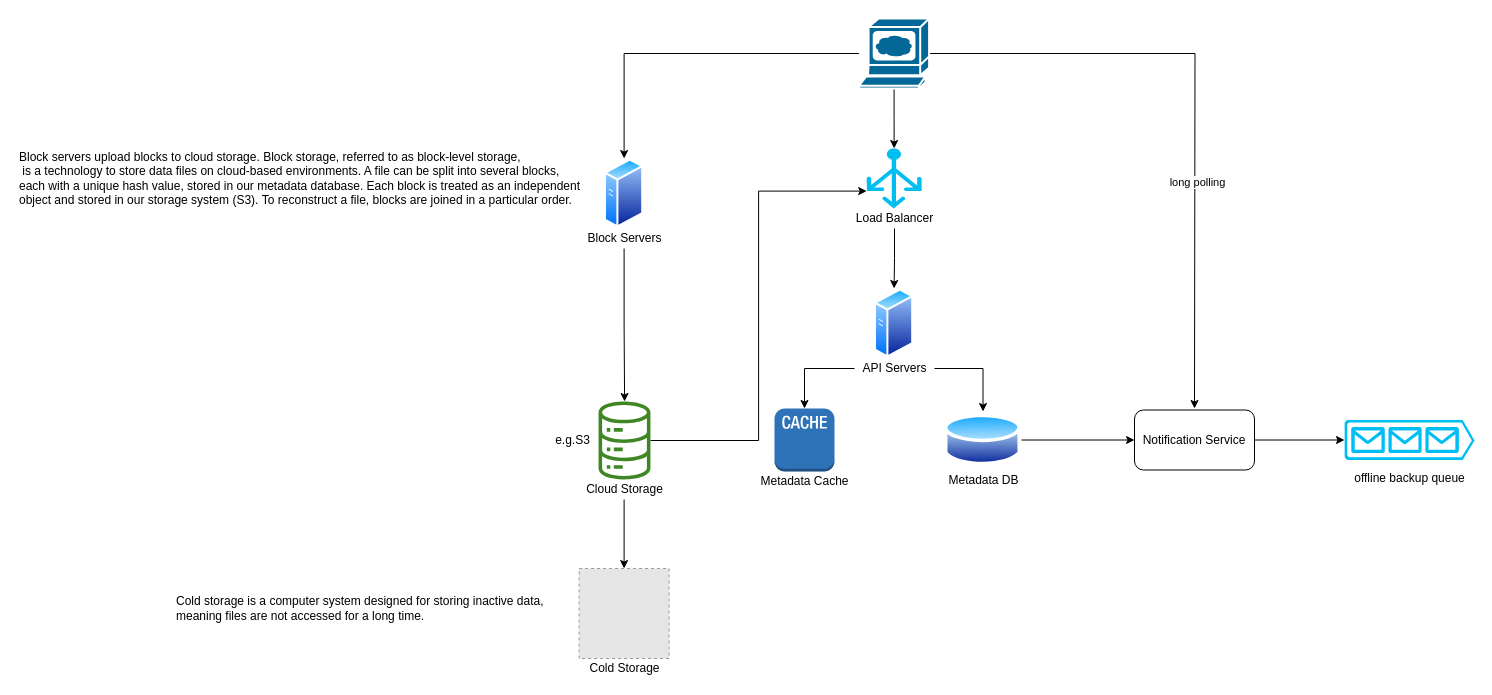
The draw.io diagram Design Google Drive.drawio in qiusli/system-design, before the edit. Source tidied: cells renumbered, new cells numbered last; positions are measured from the earlier drawing's top-left corner, leaving out a move shared by most shapes. Both pictures are drawn from the tidied source at 100%, with x=0, y=0 at pixel (17, 18). Pictures stored in the file or linked from it are replaced by grey dashed boxes.
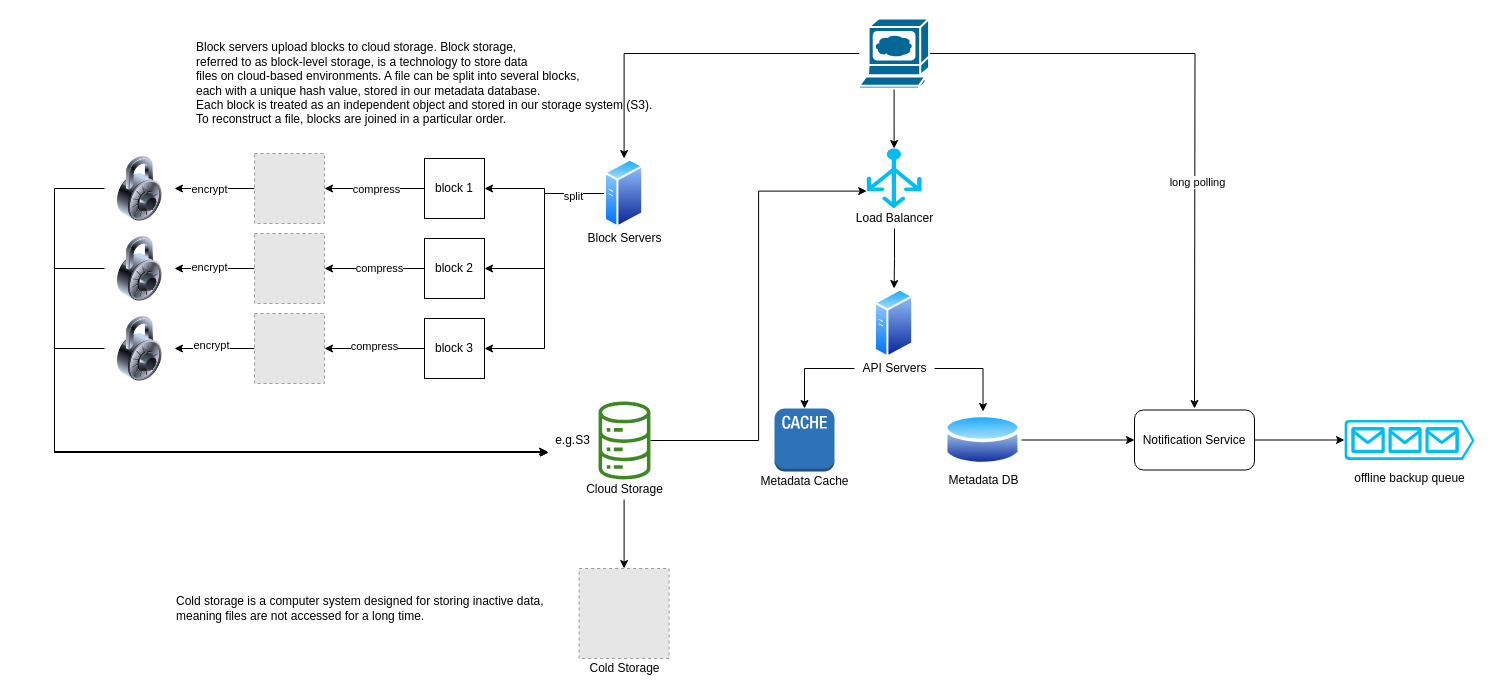
Above is the later version.

Unchanged cells that the change refers to:
```xml
<mxCell id="7" style="perimeter=ellipsePerimeter;html=1;align=center;shadow=0;dashed=0;spacingTop=3;image;image=img/lib/active_directory/generic_server.svg;" parent="1" vertex="1">
  <mxGeometry x="587" y="140" width="39.2" height="70" as="geometry" />
</mxCell>
<mxCell id="14" style="sketch=0;outlineConnect=0;fontColor=#232F3E;gradientColor=none;fillColor=#3F8624;strokeColor=none;dashed=0;verticalLabelPosition=bottom;verticalAlign=top;align=center;html=1;fontSize=12;fontStyle=0;shape=mxgraph.aws4.iot_analytics_data_store;" parent="1" vertex="1">
  <mxGeometry x="580" y="383" width="54" height="78" as="geometry" />
</mxCell>
<mxCell id="28" value="Block Servers" style="text;html=1;align=center;verticalAlign=middle;points=[];strokeColor=none;fillColor=none;" parent="1" vertex="1">
  <mxGeometry x="561.6" y="210" width="90" height="20" as="geometry" />
</mxCell>
<mxCell id="33" value="e.g.S3" style="text;html=1;align=center;verticalAlign=middle;points=[];strokeColor=none;fillColor=none;" parent="1" vertex="1">
  <mxGeometry x="530" y="411.5" width="50" height="20" as="geometry" />
</mxCell>
```

Change to the diagram source:
```diff
@@
+    <mxCell id="35" style="edgeStyle=orthogonalEdgeStyle;rounded=0;jettySize=auto;html=1;entryX=1;entryY=0.5;entryDx=0;entryDy=0;" parent="1" edge="1" source="7" target="41">
+      <mxGeometry relative="1" as="geometry" />
+    </mxCell>
+    <mxCell id="36" style="edgeStyle=orthogonalEdgeStyle;rounded=0;jettySize=auto;html=1;entryX=1;entryY=0.5;entryDx=0;entryDy=0;" parent="1" edge="1" source="7" target="47">
+      <mxGeometry relative="1" as="geometry" />
+    </mxCell>
+    <mxCell id="37" style="edgeStyle=orthogonalEdgeStyle;rounded=0;jettySize=auto;html=1;entryX=1;entryY=0.5;entryDx=0;entryDy=0;" parent="1" edge="1" source="7" target="44">
+      <mxGeometry relative="1" as="geometry" />
+    </mxCell>
+    <mxCell id="38" value="split" style="edgeLabel;html=1;align=center;verticalAlign=middle;" parent="37" vertex="1">
+      <mxGeometry x="-0.77" y="2" relative="1" as="geometry" />
+    </mxCell>
@@
-    <mxCell id="27" style="edgeStyle=orthogonalEdgeStyle;rounded=0;jettySize=auto;html=1;" parent="1" edge="1" source="28" target="14">
-      <mxGeometry relative="1" as="geometry" />
-    </mxCell>
@@
-    <mxCell id="32" value="Block servers upload blocks to cloud storage. Block storage, referred to as block-level storage,&lt;br&gt;&amp;nbsp;is a technology to store data files on cloud-based environments. A file can be split into several blocks, &lt;br&gt;each with a unique hash value, stored in our metadata database. Each block is treated as an independent &lt;br&gt;object and stored in our storage system (S3).&amp;nbsp;&lt;span&gt;To reconstruct a file, blocks are joined in a particular order.&lt;/span&gt;" style="text;html=1;align=left;verticalAlign=middle;strokeColor=none;fillColor=none;" parent="1" vertex="1">
-      <mxGeometry y="130" width="580" height="60" as="geometry" />
+    <mxCell id="32" value="Block servers upload blocks to cloud storage. Block storage, &lt;br&gt;referred to as block-level storage, is a technology to store data &lt;br&gt;files on cloud-based environments. A file can be split into several blocks, &lt;br&gt;each with a unique hash value, stored in our metadata database. &lt;br&gt;Each block is treated as an independent object and stored in our storage system (S3).&amp;nbsp;&lt;br&gt;&lt;span&gt;To reconstruct a file, blocks are joined in a particular order.&lt;/span&gt;" style="text;html=1;align=left;verticalAlign=middle;strokeColor=none;fillColor=none;" parent="1" vertex="1">
+      <mxGeometry x="177" y="20" width="480" height="90" as="geometry" />
     </mxCell>
@@
+    <mxCell id="39" style="edgeStyle=orthogonalEdgeStyle;rounded=0;jettySize=auto;html=1;" parent="1" edge="1" source="41" target="50">
+      <mxGeometry relative="1" as="geometry" />
+    </mxCell>
+    <mxCell id="40" value="compress" style="edgeLabel;html=1;align=center;verticalAlign=middle;" parent="39" vertex="1">
+      <mxGeometry x="-0.02" relative="1" as="geometry" />
+    </mxCell>
+    <mxCell id="41" value="block 1" style="rounded=0;whiteSpace=wrap;html=1;" parent="1" vertex="1">
+      <mxGeometry x="407" y="140" width="60" height="60" as="geometry" />
+    </mxCell>
+    <mxCell id="42" style="edgeStyle=orthogonalEdgeStyle;rounded=0;jettySize=auto;html=1;entryX=1;entryY=0.5;entryDx=0;entryDy=0;" parent="1" edge="1" source="44" target="53">
+      <mxGeometry relative="1" as="geometry" />
+    </mxCell>
+    <mxCell id="43" value="compress" style="edgeLabel;html=1;align=center;verticalAlign=middle;" parent="42" vertex="1">
+      <mxGeometry x="0.02" y="-3" relative="1" as="geometry" />
+    </mxCell>
+    <mxCell id="44" value="block 3" style="rounded=0;whiteSpace=wrap;html=1;" parent="1" vertex="1">
+      <mxGeometry x="407" y="300" width="60" height="60" as="geometry" />
+    </mxCell>
+    <mxCell id="45" style="edgeStyle=orthogonalEdgeStyle;rounded=0;jettySize=auto;html=1;entryX=1;entryY=0.5;entryDx=0;entryDy=0;" parent="1" edge="1" source="47" target="56">
+      <mxGeometry relative="1" as="geometry" />
+    </mxCell>
+    <mxCell id="46" value="compress" style="edgeLabel;html=1;align=center;verticalAlign=middle;" parent="45" vertex="1">
+      <mxGeometry x="-0.08" y="-1" relative="1" as="geometry" />
+    </mxCell>
+    <mxCell id="47" value="block 2" style="rounded=0;whiteSpace=wrap;html=1;" parent="1" vertex="1">
+      <mxGeometry x="407" y="220" width="60" height="60" as="geometry" />
+    </mxCell>
+    <mxCell id="48" style="edgeStyle=orthogonalEdgeStyle;rounded=0;jettySize=auto;html=1;entryX=1;entryY=0.5;entryDx=0;entryDy=0;" parent="1" edge="1" source="50" target="58">
+      <mxGeometry relative="1" as="geometry" />
+    </mxCell>
+    <mxCell id="49" value="encrypt" style="edgeLabel;html=1;align=center;verticalAlign=middle;" parent="48" vertex="1">
+      <mxGeometry x="0.15" relative="1" as="geometry" />
+    </mxCell>
+    <mxCell id="50" style="fillColor=#E6E6E6;strokeColor=#999999;dashed=1;html=1;verticalAlign=top;verticalLabelPosition=bottom;labelBackgroundColor=#ffffff;" parent="1" vertex="1">
+      <mxGeometry x="237" y="135" width="70" height="70" as="geometry" />
+    </mxCell>
+    <mxCell id="51" style="edgeStyle=orthogonalEdgeStyle;rounded=0;jettySize=auto;html=1;entryX=1;entryY=0.5;entryDx=0;entryDy=0;" parent="1" edge="1" source="53" target="62">
+      <mxGeometry relative="1" as="geometry" />
+    </mxCell>
+    <mxCell id="52" value="encrypt" style="edgeLabel;html=1;align=center;verticalAlign=middle;" parent="51" vertex="1">
+      <mxGeometry x="0.1" y="-4" relative="1" as="geometry" />
+    </mxCell>
+    <mxCell id="53" style="fillColor=#E6E6E6;strokeColor=#999999;dashed=1;html=1;verticalAlign=top;verticalLabelPosition=bottom;labelBackgroundColor=#ffffff;" parent="1" vertex="1">
+      <mxGeometry x="237" y="295" width="70" height="70" as="geometry" />
+    </mxCell>
+    <mxCell id="54" style="edgeStyle=orthogonalEdgeStyle;rounded=0;jettySize=auto;html=1;entryX=1;entryY=0.5;entryDx=0;entryDy=0;" parent="1" edge="1" source="56" target="60">
+      <mxGeometry relative="1" as="geometry" />
+    </mxCell>
+    <mxCell id="55" value="encrypt" style="edgeLabel;html=1;align=center;verticalAlign=middle;" parent="54" vertex="1">
+      <mxGeometry x="0.15" y="-2" relative="1" as="geometry" />
+    </mxCell>
+    <mxCell id="56" style="fillColor=#E6E6E6;strokeColor=#999999;dashed=1;html=1;verticalAlign=top;verticalLabelPosition=bottom;labelBackgroundColor=#ffffff;" parent="1" vertex="1">
+      <mxGeometry x="237" y="215" width="70" height="70" as="geometry" />
+    </mxCell>
+    <mxCell id="57" style="edgeStyle=orthogonalEdgeStyle;rounded=0;jettySize=auto;html=1;entryX=0.02;entryY=1.125;entryDx=0;entryDy=0;entryPerimeter=0;" parent="1" edge="1" source="58" target="33">
+      <mxGeometry relative="1" as="geometry">
+        <Array as="points">
+          <mxPoint x="37" y="170" />
+          <mxPoint x="37" y="434" />
+        </Array>
+      </mxGeometry>
+    </mxCell>
+    <mxCell id="58" style="image;html=1;image=img/lib/clip_art/general/Lock_128x128.png;" parent="1" vertex="1">
+      <mxGeometry x="87" y="137.5" width="70" height="65" as="geometry" />
+    </mxCell>
+    <mxCell id="59" style="edgeStyle=orthogonalEdgeStyle;rounded=0;jettySize=auto;html=1;entryX=0;entryY=1.075;entryDx=0;entryDy=0;entryPerimeter=0;" parent="1" edge="1" source="60" target="33">
+      <mxGeometry relative="1" as="geometry">
+        <Array as="points">
+          <mxPoint x="37" y="250" />
+          <mxPoint x="37" y="433" />
+        </Array>
+      </mxGeometry>
+    </mxCell>
+    <mxCell id="60" style="image;html=1;image=img/lib/clip_art/general/Lock_128x128.png;" parent="1" vertex="1">
+      <mxGeometry x="87" y="217.5" width="70" height="65" as="geometry" />
+    </mxCell>
+    <mxCell id="61" style="edgeStyle=orthogonalEdgeStyle;rounded=0;jettySize=auto;html=1;entryX=0.02;entryY=1.125;entryDx=0;entryDy=0;entryPerimeter=0;" parent="1" edge="1" source="62" target="33">
+      <mxGeometry relative="1" as="geometry">
+        <Array as="points">
+          <mxPoint x="37" y="330" />
+          <mxPoint x="37" y="434" />
+        </Array>
+      </mxGeometry>
+    </mxCell>
+    <mxCell id="62" style="image;html=1;image=img/lib/clip_art/general/Lock_128x128.png;" parent="1" vertex="1">
+      <mxGeometry x="87" y="297.5" width="70" height="65" as="geometry" />
+    </mxCell>
```
